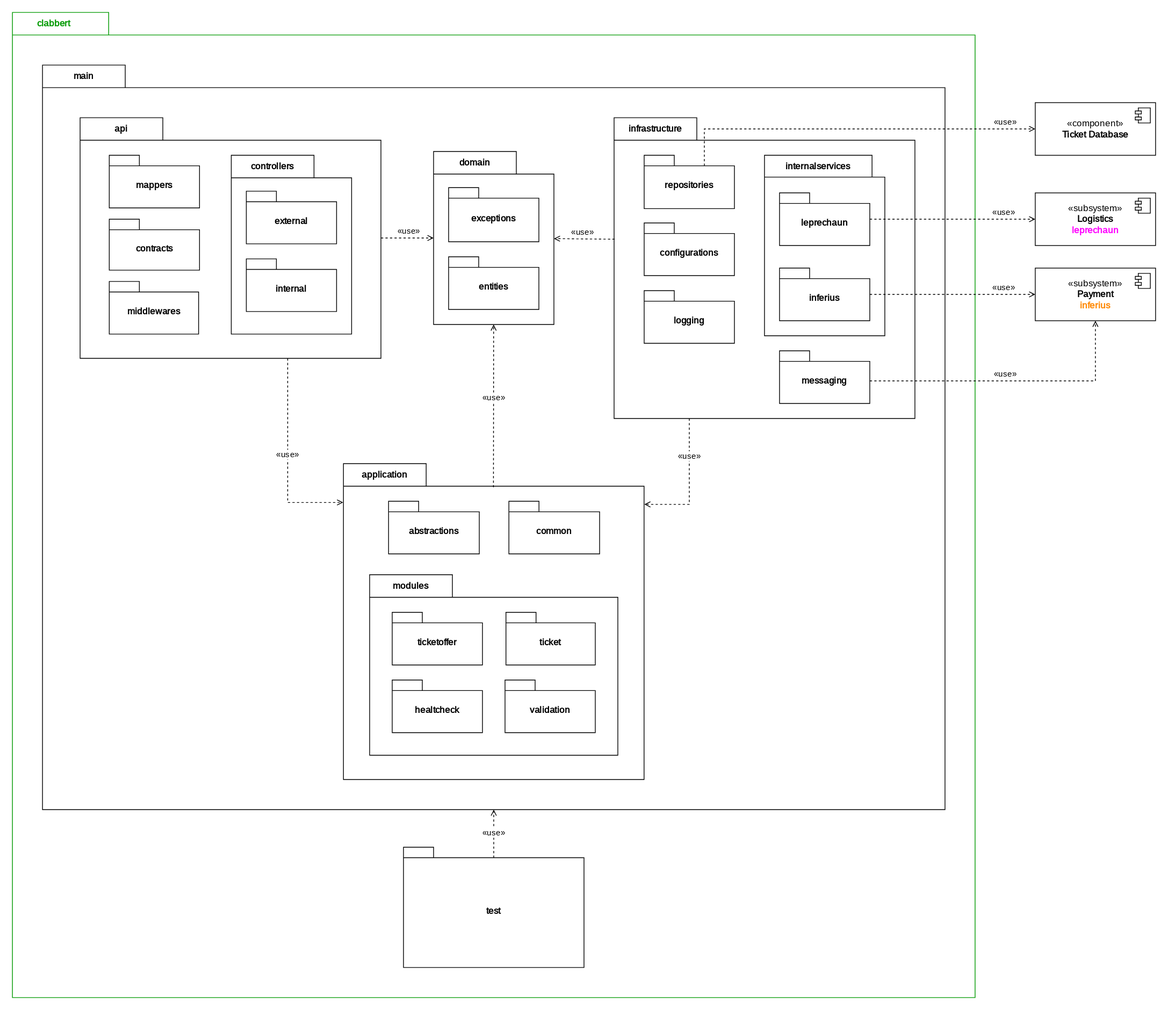
This is documentation/course/e2/images/package-diagram-clabbert.drawio.svg from PWR-ACS-SE-24/SoftwareSystemDesign, a draw.io export, as it was before one commit. Source tidied: cells renumbered, new cells last; positions are measured from the earlier drawing's top-left corner, leaving out a move shared by most shapes.
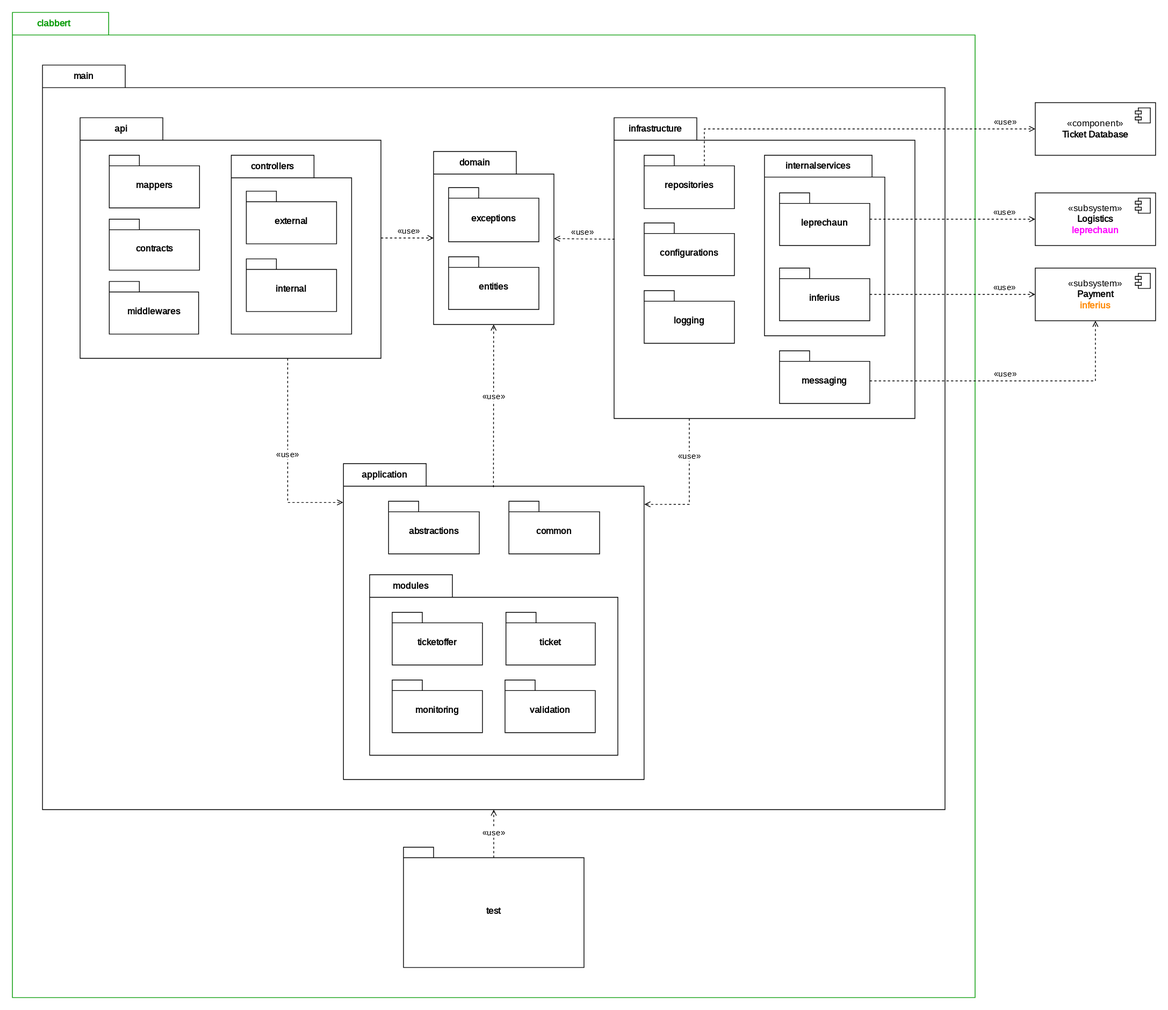
The same diagram one commit later.

Commit message:
post review fix

Change to the diagram source:
```diff
@@ -119,7 +119,7 @@
     <mxCell id="34" value="ticketoffer" style="shape=folder;fontStyle=1;spacingTop=10;tabWidth=40;tabHeight=14;tabPosition=left;html=1;whiteSpace=wrap;fontFamily=JetBrains Mono;fontSource=https%3A%2F%2Ffonts.googleapis.com%2Fcss%3Ffamily%3DJetBrains%2BMono;" parent="32" vertex="1">
       <mxGeometry x="30" y="50" width="120" height="70" as="geometry" />
     </mxCell>
-    <mxCell id="35" value="healtcheck" style="shape=folder;fontStyle=1;spacingTop=10;tabWidth=40;tabHeight=14;tabPosition=left;html=1;whiteSpace=wrap;fontFamily=JetBrains Mono;fontSource=https%3A%2F%2Ffonts.googleapis.com%2Fcss%3Ffamily%3DJetBrains%2BMono;" parent="32" vertex="1">
+    <mxCell id="35" value="monitoring" style="shape=folder;fontStyle=1;spacingTop=10;tabWidth=40;tabHeight=14;tabPosition=left;html=1;whiteSpace=wrap;fontFamily=JetBrains Mono;fontSource=https%3A%2F%2Ffonts.googleapis.com%2Fcss%3Ffamily%3DJetBrains%2BMono;" parent="32" vertex="1">
       <mxGeometry x="30" y="140" width="120" height="70" as="geometry" />
     </mxCell>
     <mxCell id="36" value="ticket" style="shape=folder;fontStyle=1;spacingTop=10;tabWidth=40;tabHeight=14;tabPosition=left;html=1;whiteSpace=wrap;fontFamily=JetBrains Mono;fontSource=https%3A%2F%2Ffonts.googleapis.com%2Fcss%3Ffamily%3DJetBrains%2BMono;" parent="32" vertex="1">
```
